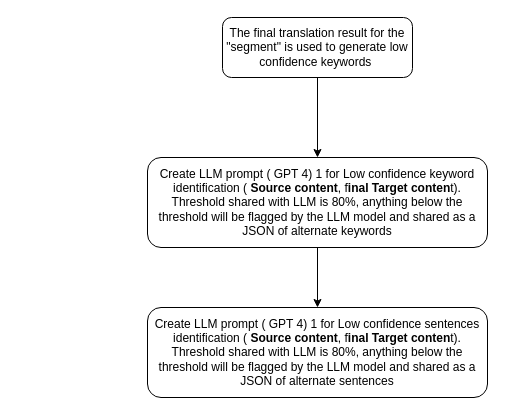
This is page "Post Translation" (3 of 3) of GenAI_WSF_Translation_Process_Flow.drawio from nsareen-oa/diagrams, a draw.io file, before an edit. Source tidied: cells renumbered, new cells numbered last; positions are measured from the earlier drawing's top-left corner, leaving out a move shared by most shapes. Both pictures are drawn from the tidied source at 100%, with x=0, y=0 at pixel (147, 17).
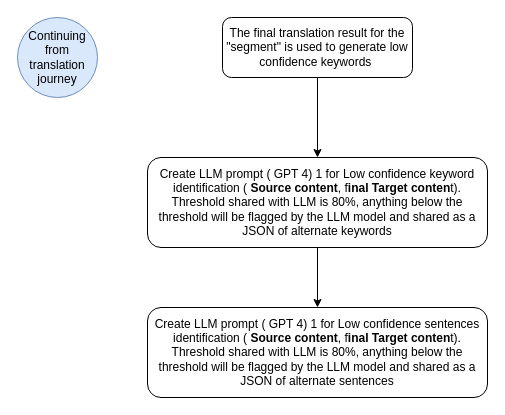
Above is the later version.

The edit, as a diff of the source:
```diff
@@
 <mxGraphModel>
   <root>
     <mxCell id="0" />
     <mxCell id="1" parent="0" />
     <mxCell id="2" style="edgeStyle=orthogonalEdgeStyle;rounded=0;jettySize=auto;html=1;" parent="1" edge="1" source="3" target="5">
       <mxGeometry relative="1" as="geometry" />
     </mxCell>
     <mxCell id="3" value="The final translation result for the &quot;segment&quot; is used to generate low confidence keywords&amp;nbsp;" style="rounded=1;whiteSpace=wrap;html=1;" parent="1" vertex="1">
       <mxGeometry x="75" width="190" height="60" as="geometry" />
     </mxCell>
     <mxCell id="4" style="edgeStyle=orthogonalEdgeStyle;rounded=0;jettySize=auto;html=1;" parent="1" edge="1" source="5" target="6">
       <mxGeometry relative="1" as="geometry" />
     </mxCell>
     <mxCell id="5" value="Create LLM prompt ( GPT 4) 1 for Low confidence keyword identification ( &lt;b&gt;Source content&lt;/b&gt;, f&lt;b&gt;inal Target conten&lt;/b&gt;t). Threshold shared with LLM is 80%, anything below the threshold will be flagged by the LLM model and shared as a JSON of alternate keywords" style="whiteSpace=wrap;html=1;rounded=1;" parent="1" vertex="1">
       <mxGeometry y="140" width="340" height="90" as="geometry" />
     </mxCell>
     <mxCell id="6" value="Create LLM prompt ( GPT 4) 1 for Low confidence sentences identification ( &lt;b&gt;Source content&lt;/b&gt;, f&lt;b&gt;inal Target conten&lt;/b&gt;t). Threshold shared with LLM is 80%, anything below the threshold will be flagged by the LLM model and shared as a JSON of alternate sentences" style="whiteSpace=wrap;html=1;rounded=1;" parent="1" vertex="1">
       <mxGeometry y="290" width="340" height="90" as="geometry" />
     </mxCell>
+    <mxCell id="7" value="Continuing from translation journey" style="ellipse;whiteSpace=wrap;html=1;fillColor=#dae8fc;strokeColor=#6c8ebf;" parent="1" vertex="1">
+      <mxGeometry x="-130" width="80" height="80" as="geometry" />
+    </mxCell>
   </root>
 </mxGraphModel>
```
